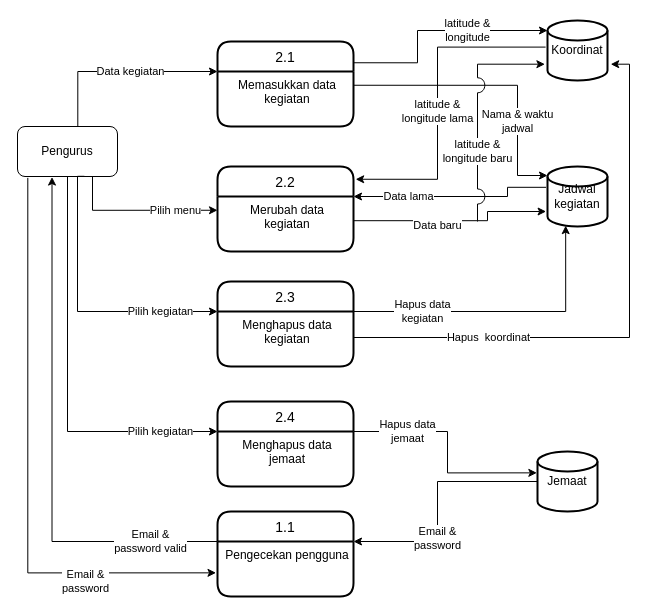
Raymond-15/requirements keeps this draw.io diagram as page "Page-6" (6 of 7) of DFD.drawio. Above is the earlier version. Source tidied: cells renumbered, new cells numbered last; positions are measured from the earlier drawing's top-left corner, leaving out a move shared by most shapes. Both pictures are drawn from the tidied source at 100%, with x=0, y=0 at pixel (17, 20).
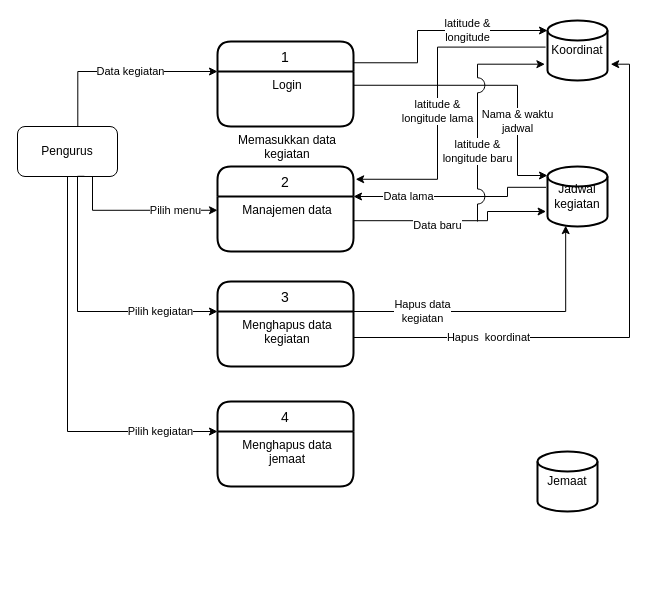
The same diagram, later.

Unchanged cells that the change refers to:
```xml
<mxCell id="2" value="Pengurus" style="rounded=1;whiteSpace=wrap;html=1;" parent="1" vertex="1">
  <mxGeometry y="106" width="100" height="50" as="geometry" />
</mxCell>
<mxCell id="6" value="Jemaat" style="strokeWidth=2;html=1;shape=mxgraph.flowchart.database;whiteSpace=wrap;" parent="1" vertex="1">
  <mxGeometry x="520" y="431" width="60" height="60" as="geometry" />
</mxCell>
<mxCell id="15" value="Menghapus data&#10;jemaat" style="align=center;strokeColor=none;fillColor=none;spacingLeft=4;fontSize=12;verticalAlign=top;" parent="14" vertex="1">
  <mxGeometry y="30" width="136" height="55" as="geometry" />
</mxCell>
```

Change to the diagram source:
```diff
@@
-    <mxCell id="3" value="1.1" style="swimlane;horizontal=1;startSize=30;rounded=1;fontSize=14;fontStyle=0;strokeWidth=2;shadow=0;dashed=0;align=center;verticalAlign=middle;" parent="1" vertex="1">
-      <mxGeometry x="200" y="491" width="136" height="85" as="geometry" />
-    </mxCell>
-    <mxCell id="4" value="Pengecekan pengguna" style="align=center;strokeColor=none;fillColor=none;spacingLeft=4;fontSize=12;verticalAlign=top;" parent="3" vertex="1">
-      <mxGeometry y="30" width="136" height="55" as="geometry" />
-    </mxCell>
-    <mxCell id="5" value="Email &amp;amp;&lt;br&gt;password" style="edgeStyle=orthogonalEdgeStyle;rounded=0;jettySize=auto;html=1;entryX=1;entryY=0;entryDx=0;entryDy=0;exitX=0;exitY=0.5;exitDx=0;exitDy=0;exitPerimeter=0;" parent="1" edge="1" source="6" target="4">
-      <mxGeometry x="0.29" relative="1" as="geometry">
-        <Array as="points">
-          <mxPoint x="420" y="461" />
-          <mxPoint x="420" y="521" />
-        </Array>
-      </mxGeometry>
-    </mxCell>
@@
-    <mxCell id="8" value="2.1" style="swimlane;horizontal=1;startSize=30;rounded=1;fontSize=14;fontStyle=0;strokeWidth=2;shadow=0;dashed=0;align=center;verticalAlign=middle;" parent="1" vertex="1">
+    <mxCell id="8" value="1" style="swimlane;horizontal=1;startSize=30;rounded=1;fontSize=14;fontStyle=0;strokeWidth=2;shadow=0;dashed=0;align=center;verticalAlign=middle;" parent="1" vertex="1">
       <mxGeometry x="200" y="21" width="136" height="85" as="geometry" />
     </mxCell>
-    <mxCell id="9" value="Memasukkan data&#10;kegiatan" style="align=center;strokeColor=none;fillColor=none;spacingLeft=4;fontSize=12;verticalAlign=top;" parent="8" vertex="1">
+    <mxCell id="9" value="Login" style="align=center;strokeColor=none;fillColor=none;spacingLeft=4;fontSize=12;verticalAlign=top;" parent="8" vertex="1">
       <mxGeometry y="30" width="136" height="55" as="geometry" />
     </mxCell>
+    <mxCell id="32" value="Memasukkan data&#10;kegiatan" style="align=center;strokeColor=none;fillColor=none;spacingLeft=4;fontSize=12;verticalAlign=top;" parent="8" vertex="1">
+      <mxGeometry y="85" width="136" as="geometry" />
+    </mxCell>
-    <mxCell id="10" value="2.2" style="swimlane;horizontal=1;startSize=30;rounded=1;fontSize=14;fontStyle=0;strokeWidth=2;shadow=0;dashed=0;align=center;verticalAlign=middle;" parent="1" vertex="1">
+    <mxCell id="10" value="2" style="swimlane;horizontal=1;startSize=30;rounded=1;fontSize=14;fontStyle=0;strokeWidth=2;shadow=0;dashed=0;align=center;verticalAlign=middle;" parent="1" vertex="1">
       <mxGeometry x="200" y="146" width="136" height="85" as="geometry" />
     </mxCell>
-    <mxCell id="11" value="Merubah data&#10;kegiatan" style="align=center;strokeColor=none;fillColor=none;spacingLeft=4;fontSize=12;verticalAlign=top;" parent="10" vertex="1">
+    <mxCell id="11" value="Manajemen data" style="align=center;strokeColor=none;fillColor=none;spacingLeft=4;fontSize=12;verticalAlign=top;" parent="10" vertex="1">
       <mxGeometry y="30" width="136" height="55" as="geometry" />
     </mxCell>
-    <mxCell id="12" value="2.3" style="swimlane;horizontal=1;startSize=30;rounded=1;fontSize=14;fontStyle=0;strokeWidth=2;shadow=0;dashed=0;align=center;verticalAlign=middle;" parent="1" vertex="1">
+    <mxCell id="12" value="3" style="swimlane;horizontal=1;startSize=30;rounded=1;fontSize=14;fontStyle=0;strokeWidth=2;shadow=0;dashed=0;align=center;verticalAlign=middle;" parent="1" vertex="1">
       <mxGeometry x="200" y="261" width="136" height="85" as="geometry" />
     </mxCell>
@@
-    <mxCell id="14" value="2.4" style="swimlane;horizontal=1;startSize=30;rounded=1;fontSize=14;fontStyle=0;strokeWidth=2;shadow=0;dashed=0;align=center;verticalAlign=middle;" parent="1" vertex="1">
+    <mxCell id="14" value="4" style="swimlane;horizontal=1;startSize=30;rounded=1;fontSize=14;fontStyle=0;strokeWidth=2;shadow=0;dashed=0;align=center;verticalAlign=middle;" parent="1" vertex="1">
       <mxGeometry x="200" y="381" width="136" height="85" as="geometry" />
     </mxCell>
@@
-    <mxCell id="16" value="Email &amp;amp;&lt;br&gt;password" style="edgeStyle=orthogonalEdgeStyle;rounded=0;jettySize=auto;html=1;entryX=-0.011;entryY=0.57;entryDx=0;entryDy=0;entryPerimeter=0;exitX=0.103;exitY=1.027;exitDx=0;exitDy=0;exitPerimeter=0;" parent="1" edge="1" source="2" target="4">
-      <mxGeometry x="0.55" y="-9" relative="1" as="geometry">
-        <Array as="points">
-          <mxPoint x="10" y="552" />
-        </Array>
-        <mxPoint x="1" as="offset" />
-      </mxGeometry>
-    </mxCell>
-    <mxCell id="17" value="Email &amp;amp;&lt;br&gt;password valid" style="edgeStyle=orthogonalEdgeStyle;rounded=0;jettySize=auto;html=1;startArrow=classic;startFill=1;endArrow=none;endFill=0;exitX=0.345;exitY=1.011;exitDx=0;exitDy=0;entryX=0;entryY=0;entryDx=0;entryDy=0;exitPerimeter=0;" parent="1" edge="1" source="2" target="4">
-      <mxGeometry x="0.75" relative="1" as="geometry">
-        <Array as="points">
-          <mxPoint x="34" y="521" />
-        </Array>
-        <mxPoint x="-1" as="offset" />
-      </mxGeometry>
-    </mxCell>
@@
-    <mxCell id="28" value="Hapus data&lt;br&gt;jemaat" style="edgeStyle=orthogonalEdgeStyle;rounded=0;jettySize=auto;html=1;entryX=1;entryY=0;entryDx=0;entryDy=0;exitX=-0.011;exitY=0.356;exitDx=0;exitDy=0;exitPerimeter=0;endArrow=none;endFill=0;startArrow=classic;startFill=1;" parent="1" edge="1" source="6" target="15">
-      <mxGeometry x="0.52" relative="1" as="geometry">
-        <Array as="points">
-          <mxPoint x="430" y="452" />
-          <mxPoint x="430" y="411" />
-        </Array>
-      </mxGeometry>
-    </mxCell>
```
